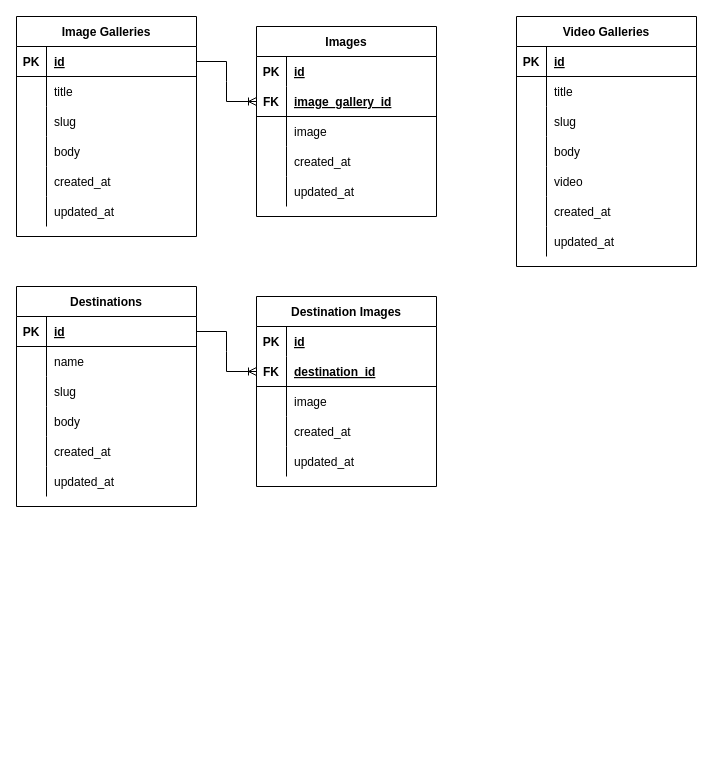
yafizh/Wisata-Tiwingan-Lama-Laravel keeps this draw.io diagram as Database Schema.drawio. Above is the earlier version. Source tidied: cells renumbered, new cells numbered last; positions are measured from the earlier drawing's top-left corner, leaving out a move shared by most shapes. Both pictures are drawn from the tidied source at 100%, with x=0, y=0 at pixel (16, 16).
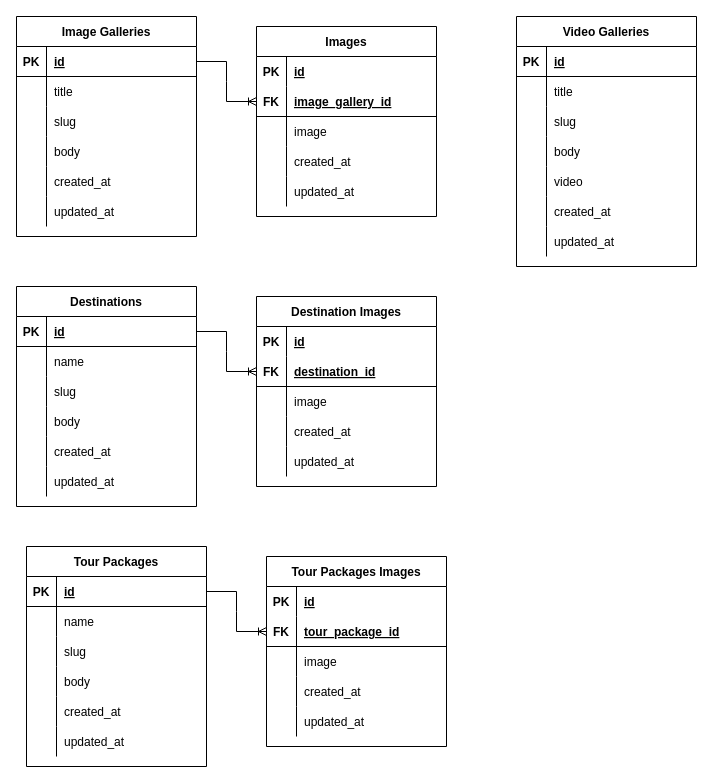
Above is the later version.

Diff of the diagram source:
```diff
@@
+    <mxCell id="96" value="Tour Packages" style="shape=table;startSize=30;childLayout=tableLayout;rowLines=0;fontStyle=1;align=center;" parent="1" vertex="1">
+      <mxGeometry x="10" y="530" width="180" height="220" as="geometry" />
+    </mxCell>
+    <mxCell id="97" style="shape=tableRow;horizontal=0;startSize=0;swimlaneHead=0;swimlaneBody=0;fillColor=none;points=[[0,0.5],[1,0.5]];portConstraint=eastwest;top=0;left=0;right=0;bottom=1;" parent="96" vertex="1">
+      <mxGeometry y="30" width="180" height="30" as="geometry" />
+    </mxCell>
+    <mxCell id="98" value="PK" style="shape=partialRectangle;fillColor=none;top=0;left=0;bottom=0;right=0;fontStyle=1;overflow=hidden;" parent="97" vertex="1">
+      <mxGeometry width="30" height="30" as="geometry" />
+    </mxCell>
+    <mxCell id="99" value="id" style="shape=partialRectangle;fillColor=none;top=0;left=0;bottom=0;right=0;align=left;spacingLeft=6;fontStyle=5;overflow=hidden;" parent="97" vertex="1">
+      <mxGeometry x="30" width="150" height="30" as="geometry" />
+    </mxCell>
+    <mxCell id="100" style="shape=tableRow;horizontal=0;startSize=0;swimlaneHead=0;swimlaneBody=0;fillColor=none;top=0;left=0;right=0;bottom=0;" parent="96" vertex="1">
+      <mxGeometry y="60" width="180" height="30" as="geometry" />
+    </mxCell>
+    <mxCell id="101" style="shape=partialRectangle;fillColor=none;top=0;left=0;bottom=0;right=0;overflow=hidden;" parent="100" vertex="1">
+      <mxGeometry width="30" height="30" as="geometry" />
+    </mxCell>
+    <mxCell id="102" value="name" style="shape=partialRectangle;fillColor=none;top=0;left=0;bottom=0;right=0;align=left;spacingLeft=6;overflow=hidden;" parent="100" vertex="1">
+      <mxGeometry x="30" width="150" height="30" as="geometry" />
+    </mxCell>
+    <mxCell id="103" style="shape=tableRow;horizontal=0;startSize=0;swimlaneHead=0;swimlaneBody=0;fillColor=none;top=0;left=0;right=0;bottom=0;" parent="96" vertex="1">
+      <mxGeometry y="90" width="180" height="30" as="geometry" />
+    </mxCell>
+    <mxCell id="104" style="shape=partialRectangle;fillColor=none;top=0;left=0;bottom=0;right=0;overflow=hidden;" parent="103" vertex="1">
+      <mxGeometry width="30" height="30" as="geometry" />
+    </mxCell>
+    <mxCell id="105" value="slug" style="shape=partialRectangle;fillColor=none;top=0;left=0;bottom=0;right=0;align=left;spacingLeft=6;overflow=hidden;" parent="103" vertex="1">
+      <mxGeometry x="30" width="150" height="30" as="geometry" />
+    </mxCell>
+    <mxCell id="106" style="shape=tableRow;horizontal=0;startSize=0;swimlaneHead=0;swimlaneBody=0;fillColor=none;top=0;left=0;right=0;bottom=0;" parent="96" vertex="1">
+      <mxGeometry y="120" width="180" height="30" as="geometry" />
+    </mxCell>
+    <mxCell id="107" style="shape=partialRectangle;fillColor=none;top=0;left=0;bottom=0;right=0;overflow=hidden;" parent="106" vertex="1">
+      <mxGeometry width="30" height="30" as="geometry" />
+    </mxCell>
+    <mxCell id="108" value="body" style="shape=partialRectangle;fillColor=none;top=0;left=0;bottom=0;right=0;align=left;spacingLeft=6;overflow=hidden;" parent="106" vertex="1">
+      <mxGeometry x="30" width="150" height="30" as="geometry" />
+    </mxCell>
+    <mxCell id="109" style="shape=tableRow;horizontal=0;startSize=0;swimlaneHead=0;swimlaneBody=0;fillColor=none;top=0;left=0;right=0;bottom=0;" parent="96" vertex="1">
+      <mxGeometry y="150" width="180" height="30" as="geometry" />
+    </mxCell>
+    <mxCell id="110" style="shape=partialRectangle;fillColor=none;top=0;left=0;bottom=0;right=0;overflow=hidden;" parent="109" vertex="1">
+      <mxGeometry width="30" height="30" as="geometry" />
+    </mxCell>
+    <mxCell id="111" value="created_at" style="shape=partialRectangle;fillColor=none;top=0;left=0;bottom=0;right=0;align=left;spacingLeft=6;overflow=hidden;" parent="109" vertex="1">
+      <mxGeometry x="30" width="150" height="30" as="geometry" />
+    </mxCell>
+    <mxCell id="112" style="shape=tableRow;horizontal=0;startSize=0;swimlaneHead=0;swimlaneBody=0;fillColor=none;top=0;left=0;right=0;bottom=0;" parent="96" vertex="1">
+      <mxGeometry y="180" width="180" height="30" as="geometry" />
+    </mxCell>
+    <mxCell id="113" style="shape=partialRectangle;fillColor=none;top=0;left=0;bottom=0;right=0;overflow=hidden;" parent="112" vertex="1">
+      <mxGeometry width="30" height="30" as="geometry" />
+    </mxCell>
+    <mxCell id="114" value="updated_at" style="shape=partialRectangle;fillColor=none;top=0;left=0;bottom=0;right=0;align=left;spacingLeft=6;overflow=hidden;" parent="112" vertex="1">
+      <mxGeometry x="30" width="150" height="30" as="geometry" />
+    </mxCell>
+    <mxCell id="115" value="Tour Packages Images" style="shape=table;startSize=30;childLayout=tableLayout;rowLines=0;fontStyle=1;align=center;" parent="1" vertex="1">
+      <mxGeometry x="250" y="540" width="180" height="190" as="geometry" />
+    </mxCell>
+    <mxCell id="116" style="shape=tableRow;horizontal=0;startSize=0;swimlaneHead=0;swimlaneBody=0;fillColor=none;top=0;left=0;right=0;bottom=1;strokeColor=none;" parent="115" vertex="1">
+      <mxGeometry y="30" width="180" height="30" as="geometry" />
+    </mxCell>
+    <mxCell id="117" value="PK" style="shape=partialRectangle;fillColor=none;top=0;left=0;bottom=0;right=0;fontStyle=1;overflow=hidden;" parent="116" vertex="1">
+      <mxGeometry width="30" height="30" as="geometry" />
+    </mxCell>
+    <mxCell id="118" value="id" style="shape=partialRectangle;fillColor=none;top=0;left=0;bottom=0;right=0;align=left;spacingLeft=6;fontStyle=5;overflow=hidden;" parent="116" vertex="1">
+      <mxGeometry x="30" width="150" height="30" as="geometry" />
+    </mxCell>
+    <mxCell id="119" style="shape=tableRow;horizontal=0;startSize=0;swimlaneHead=0;swimlaneBody=0;fillColor=none;points=[[0,0.5],[1,0.5]];portConstraint=eastwest;top=0;left=0;right=0;bottom=1;" parent="115" vertex="1">
+      <mxGeometry y="60" width="180" height="30" as="geometry" />
+    </mxCell>
+    <mxCell id="120" value="FK" style="shape=partialRectangle;fillColor=none;top=0;left=0;bottom=0;right=0;fontStyle=1;overflow=hidden;" parent="119" vertex="1">
+      <mxGeometry width="30" height="30" as="geometry" />
+    </mxCell>
+    <mxCell id="121" value="tour_package_id" style="shape=partialRectangle;fillColor=none;top=0;left=0;bottom=0;right=0;align=left;spacingLeft=6;fontStyle=5;overflow=hidden;" parent="119" vertex="1">
+      <mxGeometry x="30" width="150" height="30" as="geometry" />
+    </mxCell>
+    <mxCell id="122" style="shape=tableRow;horizontal=0;startSize=0;swimlaneHead=0;swimlaneBody=0;fillColor=none;top=0;left=0;right=0;bottom=0;" parent="115" vertex="1">
+      <mxGeometry y="90" width="180" height="30" as="geometry" />
+    </mxCell>
+    <mxCell id="123" style="shape=partialRectangle;fillColor=none;top=0;left=0;bottom=0;right=0;overflow=hidden;" parent="122" vertex="1">
+      <mxGeometry width="30" height="30" as="geometry" />
+    </mxCell>
+    <mxCell id="124" value="image" style="shape=partialRectangle;fillColor=none;top=0;left=0;bottom=0;right=0;align=left;spacingLeft=6;overflow=hidden;" parent="122" vertex="1">
+      <mxGeometry x="30" width="150" height="30" as="geometry" />
+    </mxCell>
+    <mxCell id="125" style="shape=tableRow;horizontal=0;startSize=0;swimlaneHead=0;swimlaneBody=0;fillColor=none;top=0;left=0;right=0;bottom=0;" parent="115" vertex="1">
+      <mxGeometry y="120" width="180" height="30" as="geometry" />
+    </mxCell>
+    <mxCell id="126" style="shape=partialRectangle;fillColor=none;top=0;left=0;bottom=0;right=0;overflow=hidden;" parent="125" vertex="1">
+      <mxGeometry width="30" height="30" as="geometry" />
+    </mxCell>
+    <mxCell id="127" value="created_at" style="shape=partialRectangle;fillColor=none;top=0;left=0;bottom=0;right=0;align=left;spacingLeft=6;overflow=hidden;" parent="125" vertex="1">
+      <mxGeometry x="30" width="150" height="30" as="geometry" />
+    </mxCell>
+    <mxCell id="128" style="shape=tableRow;horizontal=0;startSize=0;swimlaneHead=0;swimlaneBody=0;fillColor=none;top=0;left=0;right=0;bottom=0;" parent="115" vertex="1">
+      <mxGeometry y="150" width="180" height="30" as="geometry" />
+    </mxCell>
+    <mxCell id="129" style="shape=partialRectangle;fillColor=none;top=0;left=0;bottom=0;right=0;overflow=hidden;" parent="128" vertex="1">
+      <mxGeometry width="30" height="30" as="geometry" />
+    </mxCell>
+    <mxCell id="130" value="updated_at" style="shape=partialRectangle;fillColor=none;top=0;left=0;bottom=0;right=0;align=left;spacingLeft=6;overflow=hidden;" parent="128" vertex="1">
+      <mxGeometry x="30" width="150" height="30" as="geometry" />
+    </mxCell>
+    <mxCell id="131" style="edgeStyle=entityRelationEdgeStyle;fontSize=12;html=1;endArrow=ERoneToMany;rounded=0;exitX=1;exitY=0.5;exitDx=0;exitDy=0;entryX=0;entryY=0.5;entryDx=0;entryDy=0;" parent="1" edge="1" source="97" target="119">
+      <mxGeometry relative="1" as="geometry" />
+    </mxCell>
```
